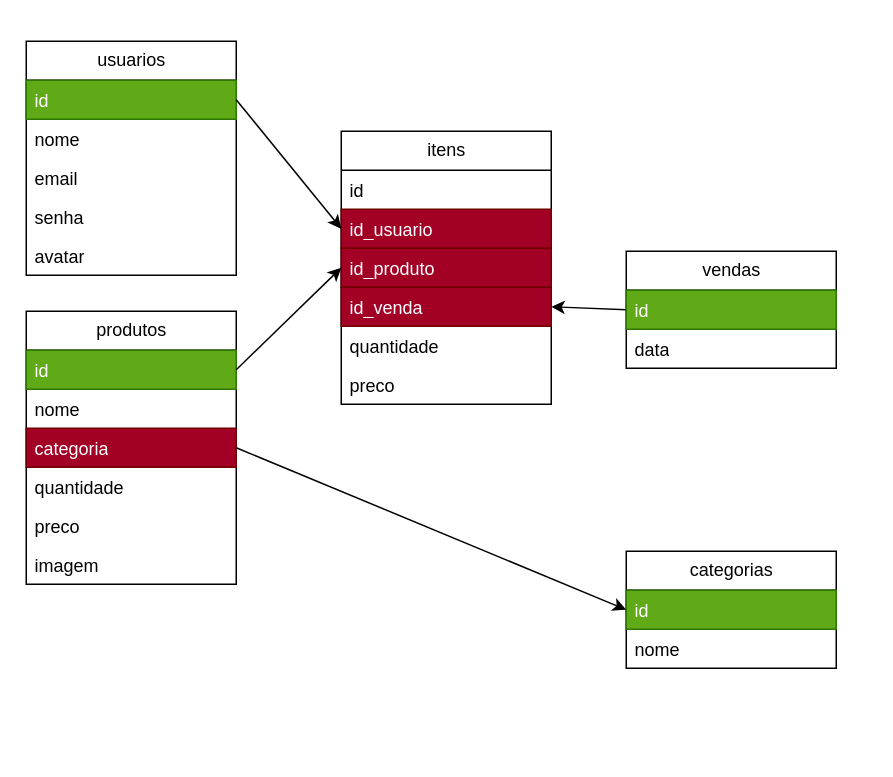
CauanDZN/e-commerce-irede keeps this draw.io diagram as database/modelagem.drawio. Above is the earlier version. Source tidied: cells renumbered, new cells numbered last; positions are measured from the earlier drawing's top-left corner, leaving out a move shared by most shapes. Both pictures are drawn from the tidied source at 150%, with x=0, y=0 at pixel (26, 40).
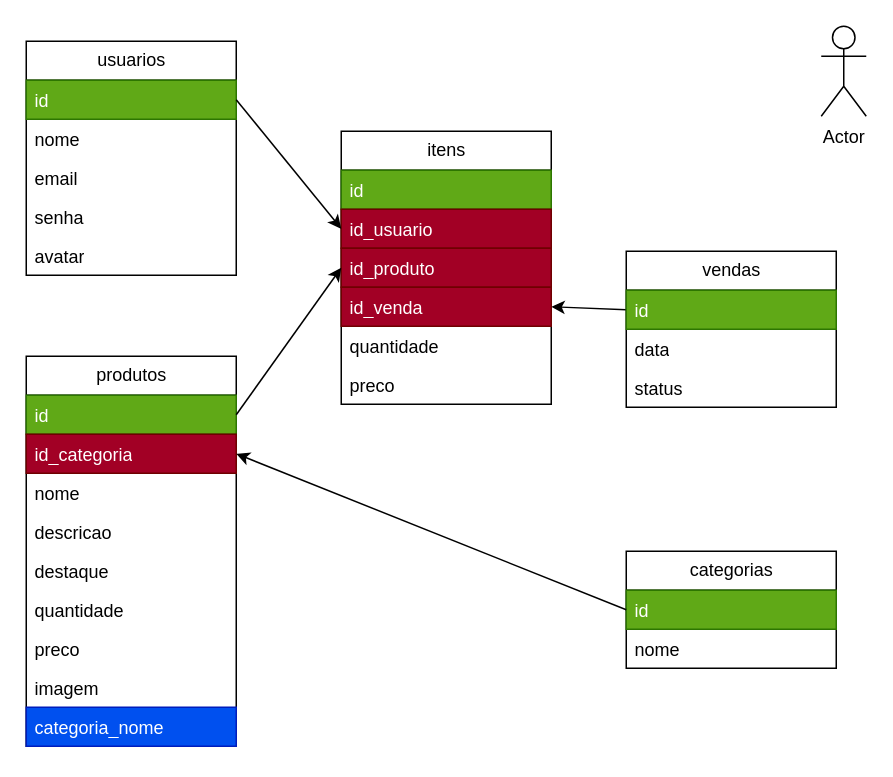
After the change.

Commit message (it also covers changes not shown here):
update: update model and component

Unchanged cells that the change refers to:
```xml
<mxCell id="9" value="id" style="text;strokeColor=#2D7600;fillColor=#60a917;align=left;verticalAlign=top;spacingLeft=4;spacingRight=4;overflow=hidden;points=[[0,0.5],[1,0.5]];portConstraint=eastwest;whiteSpace=wrap;html=1;fontColor=#ffffff;" parent="8" vertex="1">
  <mxGeometry y="26" width="140" height="26" as="geometry" />
</mxCell>
<mxCell id="22" value="itens" style="swimlane;fontStyle=0;horizontal=1;startSize=26;fillColor=none;html=1;" parent="1" vertex="1">
  <mxGeometry x="210" y="60" width="140" height="182" as="geometry" />
</mxCell>
```

The edit, as a diff of the source:
```diff
@@
     <mxCell id="11" value="produtos" style="swimlane;fontStyle=0;horizontal=1;startSize=26;fillColor=none;html=1;" parent="1" vertex="1">
-      <mxGeometry y="180" width="140" height="182" as="geometry" />
+      <mxGeometry y="210" width="140" height="260" as="geometry" />
     </mxCell>
@@
+    <mxCell id="14" value="id_categoria" style="text;strokeColor=#6F0000;fillColor=#a20025;align=left;verticalAlign=top;spacingLeft=4;spacingRight=4;overflow=hidden;points=[[0,0.5],[1,0.5]];portConstraint=eastwest;whiteSpace=wrap;html=1;fontColor=#ffffff;" parent="11" vertex="1">
+      <mxGeometry y="52" width="140" height="26" as="geometry" />
+    </mxCell>
     <mxCell id="13" value="nome" style="text;strokeColor=none;fillColor=none;align=left;verticalAlign=top;spacingLeft=4;spacingRight=4;overflow=hidden;whiteSpace=wrap;html=1;" parent="11" vertex="1">
-      <mxGeometry y="52" width="140" height="26" as="geometry" />
+      <mxGeometry y="78" width="140" height="26" as="geometry" />
     </mxCell>
-    <mxCell id="14" value="categoria" style="text;strokeColor=#6F0000;fillColor=#a20025;align=left;verticalAlign=top;spacingLeft=4;spacingRight=4;overflow=hidden;points=[[0,0.5],[1,0.5]];portConstraint=eastwest;whiteSpace=wrap;html=1;fontColor=#ffffff;" parent="11" vertex="1">
-      <mxGeometry y="78" width="140" height="26" as="geometry" />
-    </mxCell>
+    <mxCell id="32" value="descricao" style="text;strokeColor=none;fillColor=none;align=left;verticalAlign=top;spacingLeft=4;spacingRight=4;overflow=hidden;whiteSpace=wrap;html=1;" parent="11" vertex="1">
+      <mxGeometry y="104" width="140" height="26" as="geometry" />
+    </mxCell>
+    <mxCell id="33" value="destaque" style="text;strokeColor=none;fillColor=none;align=left;verticalAlign=top;spacingLeft=4;spacingRight=4;overflow=hidden;whiteSpace=wrap;html=1;" parent="11" vertex="1">
+      <mxGeometry y="130" width="140" height="26" as="geometry" />
+    </mxCell>
     <mxCell id="15" value="quantidade" style="text;strokeColor=none;fillColor=none;align=left;verticalAlign=top;spacingLeft=4;spacingRight=4;overflow=hidden;whiteSpace=wrap;html=1;" parent="11" vertex="1">
-      <mxGeometry y="104" width="140" height="26" as="geometry" />
+      <mxGeometry y="156" width="140" height="26" as="geometry" />
     </mxCell>
     <mxCell id="16" value="preco" style="text;strokeColor=none;fillColor=none;align=left;verticalAlign=top;spacingLeft=4;spacingRight=4;overflow=hidden;whiteSpace=wrap;html=1;" parent="11" vertex="1">
-      <mxGeometry y="130" width="140" height="26" as="geometry" />
+      <mxGeometry y="182" width="140" height="26" as="geometry" />
     </mxCell>
     <mxCell id="17" value="imagem" style="text;strokeColor=none;fillColor=none;align=left;verticalAlign=top;spacingLeft=4;spacingRight=4;overflow=hidden;whiteSpace=wrap;html=1;" parent="11" vertex="1">
-      <mxGeometry y="156" width="140" height="26" as="geometry" />
+      <mxGeometry y="208" width="140" height="26" as="geometry" />
     </mxCell>
+    <mxCell id="34" value="categoria_nome&lt;br&gt;" style="text;strokeColor=#001DBC;fillColor=#0050ef;align=left;verticalAlign=top;spacingLeft=4;spacingRight=4;overflow=hidden;whiteSpace=wrap;html=1;fontColor=#ffffff;" parent="11" vertex="1">
+      <mxGeometry y="234" width="140" height="26" as="geometry" />
+    </mxCell>
@@
     <mxCell id="19" value="vendas" style="swimlane;fontStyle=0;horizontal=1;startSize=26;fillColor=none;html=1;" parent="1" vertex="1">
-      <mxGeometry x="400" y="140" width="140" height="78" as="geometry" />
+      <mxGeometry x="400" y="140" width="140" height="104" as="geometry" />
     </mxCell>
@@
+    <mxCell id="35" value="status" style="text;strokeColor=none;fillColor=none;align=left;verticalAlign=top;spacingLeft=4;spacingRight=4;overflow=hidden;whiteSpace=wrap;html=1;" parent="19" vertex="1">
+      <mxGeometry y="78" width="140" height="26" as="geometry" />
+    </mxCell>
@@
-    <mxCell id="23" value="id" style="text;strokeColor=none;fillColor=none;align=left;verticalAlign=top;spacingLeft=4;spacingRight=4;overflow=hidden;whiteSpace=wrap;html=1;" parent="22" vertex="1">
+    <mxCell id="23" value="id" style="text;strokeColor=#2D7600;fillColor=#60a917;align=left;verticalAlign=top;spacingLeft=4;spacingRight=4;overflow=hidden;whiteSpace=wrap;html=1;fontColor=#ffffff;" parent="22" vertex="1">
       <mxGeometry y="26" width="140" height="26" as="geometry" />
     </mxCell>
@@
-    <mxCell id="29" style="edgeStyle=none;html=1;entryX=0;entryY=0.5;entryDx=0;entryDy=0;exitX=1;exitY=0.5;exitDx=0;exitDy=0;" parent="1" edge="1" source="14" target="9">
-      <mxGeometry relative="1" as="geometry" />
-    </mxCell>
@@
+    <mxCell id="36" value="Actor" style="shape=umlActor;verticalLabelPosition=bottom;verticalAlign=top;html=1;" parent="1" vertex="1">
+      <mxGeometry x="530" y="-10" width="30" height="60" as="geometry" />
+    </mxCell>
+    <mxCell id="37" style="edgeStyle=none;html=1;entryX=1;entryY=0.25;entryDx=0;entryDy=0;exitX=0;exitY=0.5;exitDx=0;exitDy=0;" parent="1" edge="1" source="9" target="11">
+      <mxGeometry relative="1" as="geometry" />
+    </mxCell>
```
